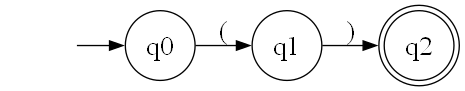
Above: src/automatas/Apertura_Y_Cierre/coso().gv.png in resalec2045/AFD-y-AFN (Graphviz), before the change. Its source is kept beside it as src/automatas/Apertura_Y_Cierre/coso().gv.
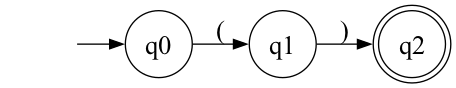
The same diagram one commit later.

The edit, as a diff of the source:
```diff
@@ -4,8 +4,8 @@
 	edge [fontsize="20pt"]
 	"" [label="" shape=plaintext]
 	q2 [label=q2 shape=doublecircle]
+	q0 [label=q0 shape=circle]
 	q1 [label=q1 shape=circle]
-	q0 [label=q0 shape=circle]
 	"" -> q0 [label=""]
 	q0 -> q1 [label="("]
 	q1 -> q2 [label=")"]
```
